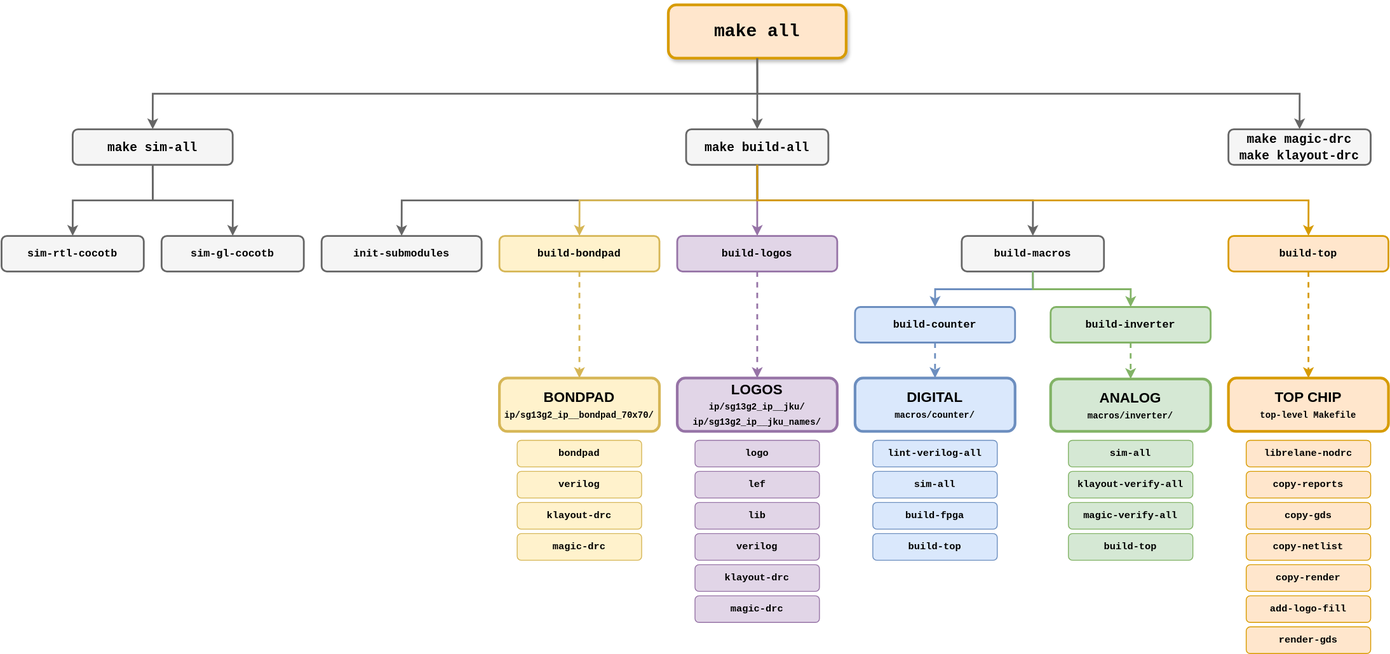
Above: tutorial/fig/targets_overview/targets_overview.svg in iic-jku/ihp-sg13g2-ams-chip-template (draw.io), before the change. Source tidied: cells renumbered, new cells last; positions are measured from the earlier drawing's top-left corner, leaving out a move shared by most shapes.
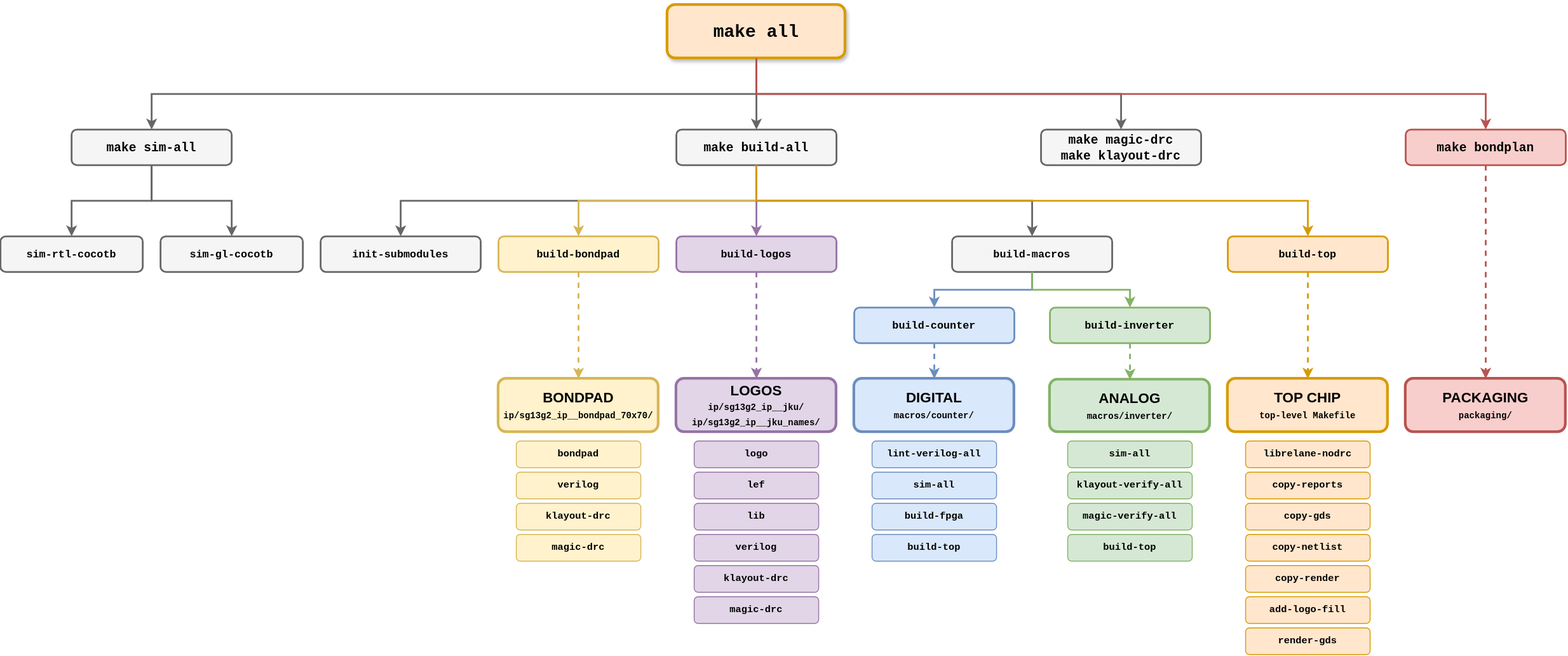
The same diagram one commit later.

Commit message:
updated `targets_overview` image

What changed in the source:
```diff
@@ -9,10 +9,10 @@
       <mxGeometry x="80" y="140" width="180" height="40" as="geometry" />
     </mxCell>
     <mxCell id="4" value="&lt;font face=&quot;Courier New&quot;&gt;&lt;b&gt;make build-all&lt;/b&gt;&lt;/font&gt;" style="rounded=1;whiteSpace=wrap;html=1;fontSize=14;fillColor=#f5f5f5;strokeColor=#666666;strokeWidth=2;fontStyle=1;verticalAlign=middle;sketch=0;" parent="1" vertex="1">
-      <mxGeometry x="770" y="140" width="160" height="40" as="geometry" />
+      <mxGeometry x="760" y="140" width="180" height="40" as="geometry" />
     </mxCell>
     <mxCell id="5" value="&lt;font face=&quot;Courier New&quot;&gt;&lt;b&gt;make magic-drc&lt;/b&gt;&lt;/font&gt;&lt;font style=&quot;font-size: 11px;&quot;&gt;&lt;br&gt;&lt;/font&gt;&lt;div&gt;&lt;font face=&quot;Courier New&quot;&gt;&lt;b&gt;make klayout-drc&lt;/b&gt;&lt;/font&gt;&lt;/div&gt;" style="rounded=1;whiteSpace=wrap;html=1;fontSize=14;fillColor=#f5f5f5;strokeColor=#666666;strokeWidth=2;fontStyle=1;verticalAlign=middle;sketch=0;" parent="1" vertex="1">
-      <mxGeometry x="1380" y="140" width="160" height="40" as="geometry" />
+      <mxGeometry x="1170" y="140" width="180" height="40" as="geometry" />
     </mxCell>
     <mxCell id="6" value="&lt;font face=&quot;Courier New&quot; style=&quot;font-size: 12px;&quot;&gt;&lt;b&gt;sim-rtl-cocotb&lt;/b&gt;&lt;/font&gt;" style="rounded=1;whiteSpace=wrap;html=1;fontSize=12;fillColor=#f5f5f5;strokeColor=#666666;strokeWidth=2;fontStyle=1;verticalAlign=middle;sketch=0;" parent="1" vertex="1">
       <mxGeometry y="260" width="160" height="40" as="geometry" />
@@ -30,7 +30,7 @@
       <mxGeometry x="760" y="260" width="180" height="40" as="geometry" />
     </mxCell>
     <mxCell id="11" value="&lt;font face=&quot;Courier New&quot; style=&quot;font-size: 12px;&quot;&gt;&lt;b&gt;build-macros&lt;/b&gt;&lt;/font&gt;" style="rounded=1;whiteSpace=wrap;html=1;fontSize=12;fillColor=#f5f5f5;strokeColor=#666666;strokeWidth=2;fontStyle=1;verticalAlign=middle;sketch=0;" parent="1" vertex="1">
-      <mxGeometry x="1080" y="260" width="160" height="40" as="geometry" />
+      <mxGeometry x="1070" y="260" width="180" height="40" as="geometry" />
     </mxCell>
     <mxCell id="12" value="&lt;font face=&quot;Courier New&quot; style=&quot;font-size: 12px;&quot;&gt;&lt;b&gt;build-top&lt;/b&gt;&lt;/font&gt;" style="rounded=1;whiteSpace=wrap;html=1;fontSize=12;fillColor=#ffe6cc;strokeColor=#d79b00;strokeWidth=2;fontStyle=1;verticalAlign=middle;sketch=0;" parent="1" vertex="1">
       <mxGeometry x="1380" y="260" width="180" height="40" as="geometry" />
@@ -41,6 +41,12 @@
     <mxCell id="14" value="&lt;font face=&quot;Courier New&quot; style=&quot;font-size: 12px;&quot;&gt;&lt;b&gt;build-inverter&lt;/b&gt;&lt;/font&gt;" style="rounded=1;whiteSpace=wrap;html=1;fontSize=12;fillColor=#d5e8d4;strokeColor=#82b366;strokeWidth=2;fontStyle=1;verticalAlign=middle;sketch=0;" parent="1" vertex="1">
       <mxGeometry x="1180" y="340" width="180" height="40" as="geometry" />
     </mxCell>
+    <mxCell id="62" value="&lt;font face=&quot;Courier New&quot;&gt;&lt;b&gt;make bondplan&lt;/b&gt;&lt;/font&gt;" style="rounded=1;whiteSpace=wrap;html=1;fontSize=14;fillColor=#f8cecc;strokeColor=#b85450;strokeWidth=2;fontStyle=1;verticalAlign=middle;sketch=0;" parent="1" vertex="1">
+      <mxGeometry x="1580" y="140" width="180" height="40" as="geometry" />
+    </mxCell>
+    <mxCell id="63" value="&lt;b style=&quot;font-size: 16px;&quot;&gt;PACKAGING&lt;/b&gt;&lt;br&gt;&lt;font style=&quot;font-size: 10px;font-family: Courier New;&quot;&gt;packaging/&lt;/font&gt;" style="rounded=1;whiteSpace=wrap;html=1;fontSize=14;fillColor=#f8cecc;strokeColor=#b85450;strokeWidth=3;fontStyle=1;verticalAlign=middle;sketch=0;" parent="1" vertex="1">
+      <mxGeometry x="1580" y="420" width="180" height="60" as="geometry" />
+    </mxCell>
     <mxCell id="15" value="&lt;b style=&quot;font-size: 16px;&quot;&gt;BONDPAD&lt;/b&gt;&lt;br&gt;&lt;font style=&quot;font-size: 10px;font-family: Courier New;&quot;&gt;ip/sg13g2_ip__bondpad_70x70/&lt;/font&gt;" style="rounded=1;whiteSpace=wrap;html=1;fontSize=14;fillColor=#fff2cc;strokeColor=#d6b656;strokeWidth=3;fontStyle=1;verticalAlign=middle;sketch=0;" parent="1" vertex="1">
       <mxGeometry x="560" y="420" width="180" height="60" as="geometry" />
     </mxCell>
@@ -151,7 +157,7 @@
       <mxGeometry relative="1" as="geometry">
         <mxPoint x="1020" y="100" as="sourcePoint" />
         <Array as="points">
-          <mxPoint x="1460" y="100" />
+          <mxPoint x="1260" y="100" />
         </Array>
       </mxGeometry>
     </mxCell>
@@ -207,5 +213,16 @@
     <mxCell id="61" style="edgeStyle=orthogonalEdgeStyle;rounded=0;jettySize=auto;html=1;exitX=0.5;exitY=1;exitDx=0;exitDy=0;entryX=0.5;entryY=0;entryDx=0;entryDy=0;strokeColor=#d79b00;strokeWidth=2;dashed=1;endArrow=classic;endFill=1;" parent="1" edge="1" source="12" target="19">
       <mxGeometry relative="1" as="geometry" />
     </mxCell>
+    <mxCell id="64" style="edgeStyle=orthogonalEdgeStyle;rounded=0;jettySize=auto;html=1;exitX=0.5;exitY=1;exitDx=0;exitDy=0;entryX=0.5;entryY=0;entryDx=0;entryDy=0;strokeColor=#b85450;strokeWidth=2;endArrow=classic;endFill=1;" parent="1" edge="1" source="2" target="62">
+      <mxGeometry relative="1" as="geometry">
+        <Array as="points">
+          <mxPoint x="850" y="100" />
+          <mxPoint x="1670" y="100" />
+        </Array>
+      </mxGeometry>
+    </mxCell>
+    <mxCell id="65" style="edgeStyle=orthogonalEdgeStyle;rounded=0;jettySize=auto;html=1;exitX=0.5;exitY=1;exitDx=0;exitDy=0;entryX=0.5;entryY=0;entryDx=0;entryDy=0;strokeColor=#b85450;strokeWidth=2;dashed=1;endArrow=classic;endFill=1;" parent="1" edge="1" source="62" target="63">
+      <mxGeometry relative="1" as="geometry" />
+    </mxCell>
   </root>
 </mxGraphModel>
```
